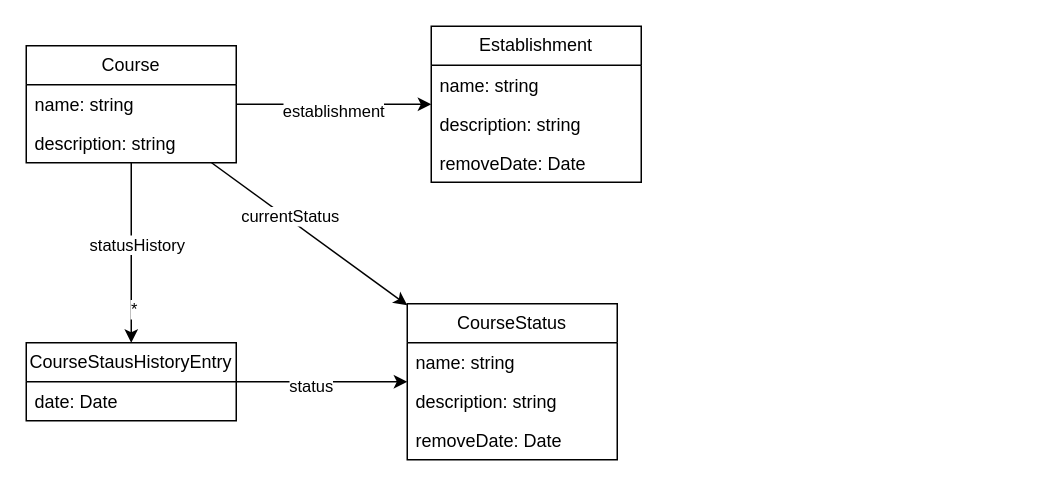
This is page "Course" (4 of 4) of docs/Diagrama-de-clases.drawio from starmickey/Students-Manager, a draw.io file, before an edit. Source tidied: cells renumbered, new cells numbered last; positions are measured from the earlier drawing's top-left corner, leaving out a move shared by most shapes. Both pictures are drawn from the tidied source at 150%, with x=0, y=0 at pixel (26, 26).
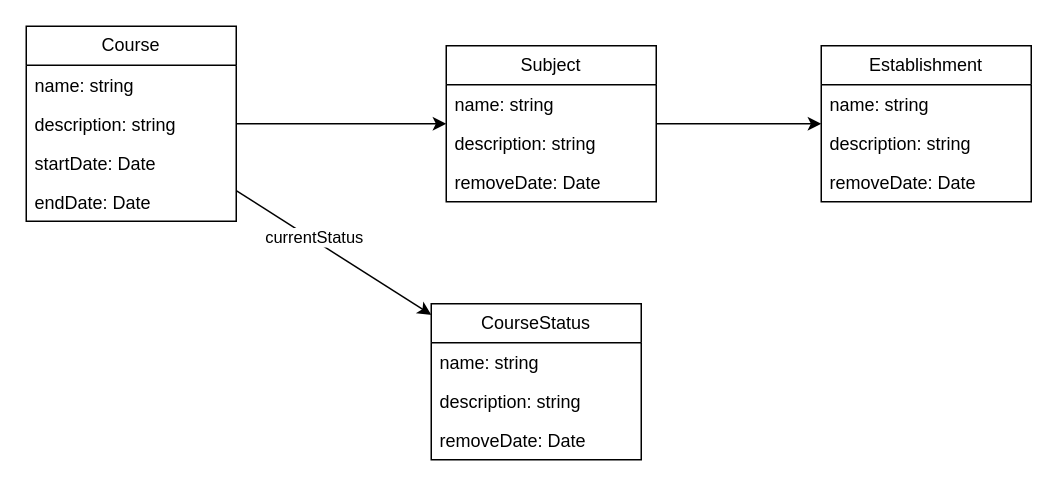
The same page after the edit.

Change to the diagram source:
```diff
@@
-    <mxCell id="2" style="edgeStyle=orthogonalEdgeStyle;rounded=0;jettySize=auto;html=1;" parent="1" edge="1" source="9" target="12">
-      <mxGeometry relative="1" as="geometry" />
-    </mxCell>
-    <mxCell id="3" value="establishment" style="edgeLabel;html=1;align=center;verticalAlign=middle;" parent="2" vertex="1">
-      <mxGeometry x="-0.02" y="-4" relative="1" as="geometry" />
-    </mxCell>
-    <mxCell id="4" style="edgeStyle=orthogonalEdgeStyle;rounded=0;jettySize=auto;html=1;" parent="1" edge="1" source="9" target="18">
-      <mxGeometry relative="1" as="geometry" />
-    </mxCell>
-    <mxCell id="5" value="*" style="edgeLabel;html=1;align=center;verticalAlign=middle;" parent="4" vertex="1">
-      <mxGeometry x="0.62" y="1" relative="1" as="geometry" />
-    </mxCell>
-    <mxCell id="6" value="statusHistory" style="edgeLabel;html=1;align=center;verticalAlign=middle;" parent="4" vertex="1">
-      <mxGeometry x="-0.1" y="3" relative="1" as="geometry" />
-    </mxCell>
@@
+    <mxCell id="24" style="edgeStyle=orthogonalEdgeStyle;rounded=0;jettySize=auto;html=1;" parent="1" edge="1" source="9" target="28">
+      <mxGeometry relative="1" as="geometry" />
+    </mxCell>
     <mxCell id="9" value="Course" style="swimlane;fontStyle=0;horizontal=1;startSize=26;fillColor=none;whiteSpace=wrap;html=1;" parent="1" vertex="1">
-      <mxGeometry y="13" width="140" height="78" as="geometry" />
+      <mxGeometry width="140" height="130" as="geometry" />
     </mxCell>
@@
+    <mxCell id="25" value="startDate: Date" style="text;strokeColor=none;fillColor=none;align=left;verticalAlign=top;spacingLeft=4;spacingRight=4;overflow=hidden;whiteSpace=wrap;html=1;" parent="9" vertex="1">
+      <mxGeometry y="78" width="140" height="26" as="geometry" />
+    </mxCell>
+    <mxCell id="26" value="endDate: Date" style="text;strokeColor=none;fillColor=none;align=left;verticalAlign=top;spacingLeft=4;spacingRight=4;overflow=hidden;whiteSpace=wrap;html=1;" parent="9" vertex="1">
+      <mxGeometry y="104" width="140" height="26" as="geometry" />
+    </mxCell>
     <mxCell id="12" value="Establishment" style="swimlane;fontStyle=0;horizontal=1;startSize=26;fillColor=none;whiteSpace=wrap;html=1;" parent="1" vertex="1">
-      <mxGeometry x="270" width="140" height="104" as="geometry" />
+      <mxGeometry x="530" y="13" width="140" height="104" as="geometry" />
     </mxCell>
@@
-    <mxCell id="16" style="edgeStyle=orthogonalEdgeStyle;rounded=0;jettySize=auto;html=1;" parent="1" edge="1" source="18" target="20">
-      <mxGeometry relative="1" as="geometry" />
-    </mxCell>
-    <mxCell id="17" value="status" style="edgeLabel;html=1;align=center;verticalAlign=middle;" parent="16" vertex="1">
-      <mxGeometry x="-0.14" y="-2" relative="1" as="geometry" />
-    </mxCell>
-    <mxCell id="18" value="CourseStausHistoryEntry" style="swimlane;fontStyle=0;horizontal=1;startSize=26;fillColor=none;whiteSpace=wrap;html=1;" parent="1" vertex="1">
-      <mxGeometry y="211" width="140" height="52" as="geometry" />
-    </mxCell>
-    <mxCell id="19" value="date: Date" style="text;strokeColor=none;fillColor=none;align=left;verticalAlign=top;spacingLeft=4;spacingRight=4;overflow=hidden;whiteSpace=wrap;html=1;" parent="18" vertex="1">
-      <mxGeometry y="26" width="140" height="26" as="geometry" />
-    </mxCell>
     <mxCell id="20" value="CourseStatus" style="swimlane;fontStyle=0;horizontal=1;startSize=26;fillColor=none;whiteSpace=wrap;html=1;" parent="1" vertex="1">
-      <mxGeometry x="254" y="185" width="140" height="104" as="geometry" />
+      <mxGeometry x="270" y="185" width="140" height="104" as="geometry" />
     </mxCell>
@@
+    <mxCell id="27" style="edgeStyle=orthogonalEdgeStyle;rounded=0;jettySize=auto;html=1;" parent="1" edge="1" source="28" target="12">
+      <mxGeometry relative="1" as="geometry" />
+    </mxCell>
+    <mxCell id="28" value="Subject" style="swimlane;fontStyle=0;horizontal=1;startSize=26;fillColor=none;whiteSpace=wrap;html=1;" parent="1" vertex="1">
+      <mxGeometry x="280" y="13" width="140" height="104" as="geometry" />
+    </mxCell>
+    <mxCell id="29" value="name: string" style="text;strokeColor=none;fillColor=none;align=left;verticalAlign=top;spacingLeft=4;spacingRight=4;overflow=hidden;whiteSpace=wrap;html=1;" parent="28" vertex="1">
+      <mxGeometry y="26" width="140" height="26" as="geometry" />
+    </mxCell>
+    <mxCell id="30" value="description: string" style="text;strokeColor=none;fillColor=none;align=left;verticalAlign=top;spacingLeft=4;spacingRight=4;overflow=hidden;whiteSpace=wrap;html=1;" parent="28" vertex="1">
+      <mxGeometry y="52" width="140" height="26" as="geometry" />
+    </mxCell>
+    <mxCell id="31" value="removeDate: Date" style="text;strokeColor=none;fillColor=none;align=left;verticalAlign=top;spacingLeft=4;spacingRight=4;overflow=hidden;whiteSpace=wrap;html=1;" parent="28" vertex="1">
+      <mxGeometry y="78" width="140" height="26" as="geometry" />
+    </mxCell>
```
